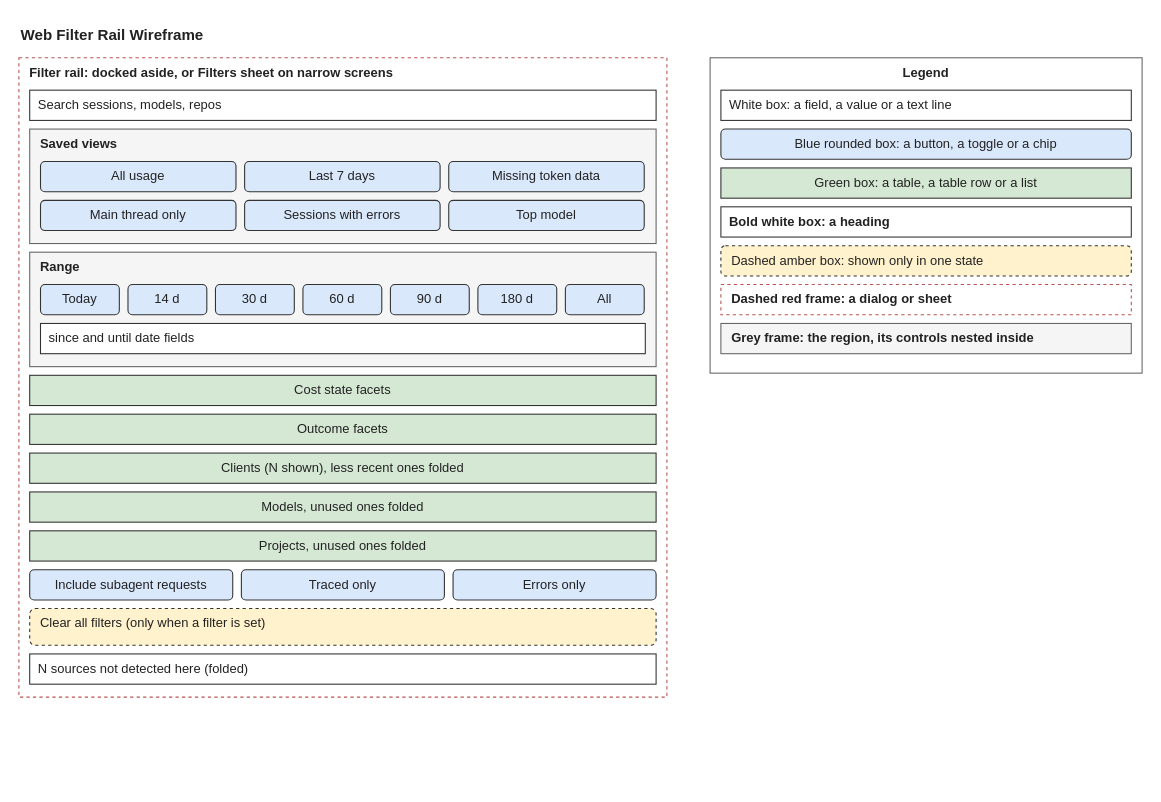
Before: docs/brain/architecture/drawio/drawio-web-filter-rail.drawio in GeorgiNaydenov/LocalTokenomics, a draw.io diagram. Source tidied: cells renumbered, new cells numbered last; positions are measured from the earlier drawing's top-left corner, leaving out a move shared by most shapes. Both pictures are drawn from the tidied source at 108%, with x=0, y=0 at pixel (18, 18).
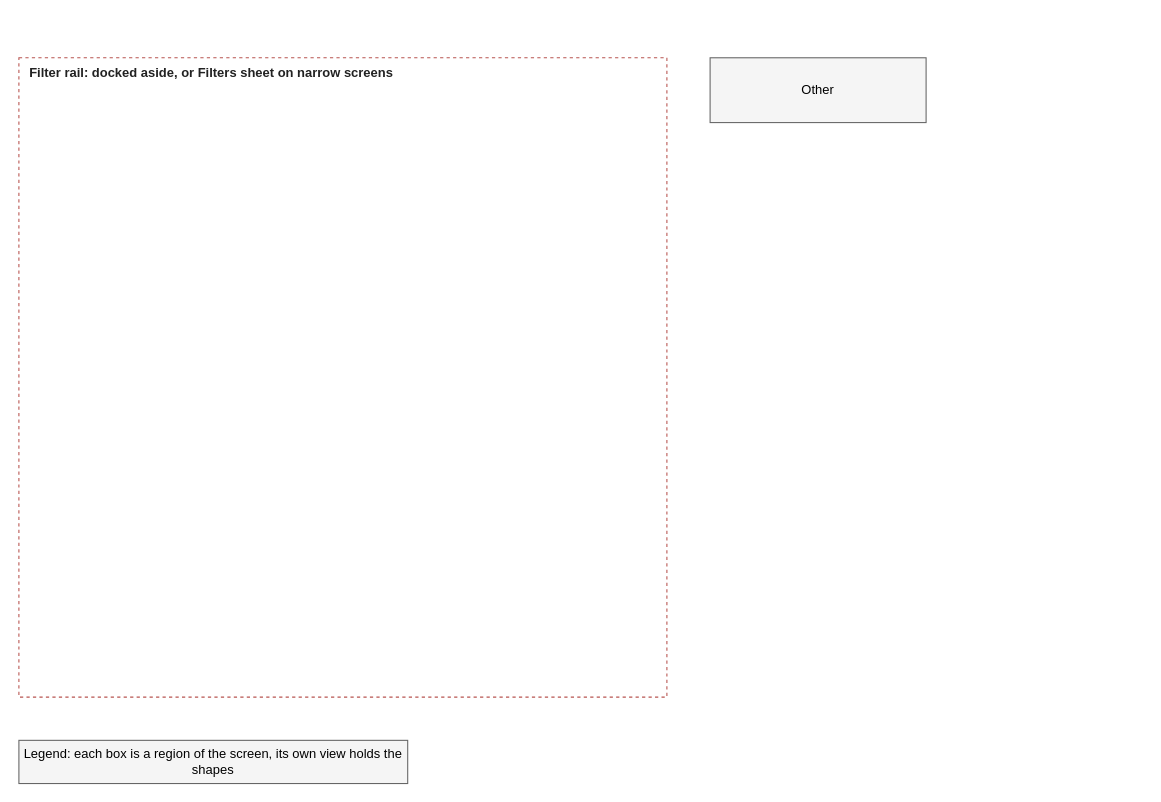
After the change.

The change refers to these unchanged cells:
```xml
<mxCell id="3" value="Filter rail: docked aside, or Filters sheet on narrow screens" style="rounded=0;whiteSpace=wrap;html=0;fillColor=#ffffff;strokeColor=#b85450;dashed=1;verticalAlign=top;align=left;spacingLeft=8;fontStyle=1;fontColor=#222222;" parent="1" vertex="1">
  <mxGeometry y="36" width="600" height="592" as="geometry" />
</mxCell>
```

Change to the diagram source:
```diff
@@
-    <mxCell id="2" value="Web Filter Rail Wireframe" style="text;html=0;fontStyle=1;fontSize=14;align=left;fontColor=#222222;" parent="1" vertex="1">
-      <mxGeometry width="600" height="24" as="geometry" />
-    </mxCell>
@@
-    <mxCell id="4" value="Search sessions, models, repos" style="rounded=0;whiteSpace=wrap;html=0;fillColor=#ffffff;strokeColor=#333333;align=left;spacingLeft=6;fontColor=#222222;" parent="3" vertex="1">
-      <mxGeometry x="10" y="30" width="580" height="28" as="geometry" />
-    </mxCell>
-    <mxCell id="5" value="Saved views" style="rounded=0;whiteSpace=wrap;html=0;fillColor=#f5f5f5;strokeColor=#666666;verticalAlign=top;align=left;spacingLeft=8;fontStyle=1;fontColor=#222222;" parent="3" vertex="1">
-      <mxGeometry x="10" y="66" width="580" height="106" as="geometry" />
-    </mxCell>
-    <mxCell id="6" value="All usage" style="rounded=1;whiteSpace=wrap;html=0;fillColor=#dae8fc;strokeColor=#333333;fontColor=#222222;" parent="5" vertex="1">
-      <mxGeometry x="10" y="30" width="181" height="28" as="geometry" />
-    </mxCell>
-    <mxCell id="7" value="Last 7 days" style="rounded=1;whiteSpace=wrap;html=0;fillColor=#dae8fc;strokeColor=#333333;fontColor=#222222;" parent="5" vertex="1">
-      <mxGeometry x="199" y="30" width="181" height="28" as="geometry" />
-    </mxCell>
-    <mxCell id="8" value="Missing token data" style="rounded=1;whiteSpace=wrap;html=0;fillColor=#dae8fc;strokeColor=#333333;fontColor=#222222;" parent="5" vertex="1">
-      <mxGeometry x="388" y="30" width="181" height="28" as="geometry" />
-    </mxCell>
-    <mxCell id="9" value="Main thread only" style="rounded=1;whiteSpace=wrap;html=0;fillColor=#dae8fc;strokeColor=#333333;fontColor=#222222;" parent="5" vertex="1">
-      <mxGeometry x="10" y="66" width="181" height="28" as="geometry" />
-    </mxCell>
-    <mxCell id="10" value="Sessions with errors" style="rounded=1;whiteSpace=wrap;html=0;fillColor=#dae8fc;strokeColor=#333333;fontColor=#222222;" parent="5" vertex="1">
-      <mxGeometry x="199" y="66" width="181" height="28" as="geometry" />
-    </mxCell>
-    <mxCell id="11" value="Top model" style="rounded=1;whiteSpace=wrap;html=0;fillColor=#dae8fc;strokeColor=#333333;fontColor=#222222;" parent="5" vertex="1">
-      <mxGeometry x="388" y="66" width="181" height="28" as="geometry" />
-    </mxCell>
-    <mxCell id="12" value="Range" style="rounded=0;whiteSpace=wrap;html=0;fillColor=#f5f5f5;strokeColor=#666666;verticalAlign=top;align=left;spacingLeft=8;fontStyle=1;fontColor=#222222;" parent="3" vertex="1">
-      <mxGeometry x="10" y="180" width="580" height="106" as="geometry" />
-    </mxCell>
-    <mxCell id="13" value="Today" style="rounded=1;whiteSpace=wrap;html=0;fillColor=#dae8fc;strokeColor=#333333;fontColor=#222222;" parent="12" vertex="1">
-      <mxGeometry x="10" y="30" width="73" height="28" as="geometry" />
-    </mxCell>
-    <mxCell id="14" value="14 d" style="rounded=1;whiteSpace=wrap;html=0;fillColor=#dae8fc;strokeColor=#333333;fontColor=#222222;" parent="12" vertex="1">
-      <mxGeometry x="91" y="30" width="73" height="28" as="geometry" />
-    </mxCell>
-    <mxCell id="15" value="30 d" style="rounded=1;whiteSpace=wrap;html=0;fillColor=#dae8fc;strokeColor=#333333;fontColor=#222222;" parent="12" vertex="1">
-      <mxGeometry x="172" y="30" width="73" height="28" as="geometry" />
-    </mxCell>
-    <mxCell id="16" value="60 d" style="rounded=1;whiteSpace=wrap;html=0;fillColor=#dae8fc;strokeColor=#333333;fontColor=#222222;" parent="12" vertex="1">
-      <mxGeometry x="253" y="30" width="73" height="28" as="geometry" />
-    </mxCell>
-    <mxCell id="17" value="90 d" style="rounded=1;whiteSpace=wrap;html=0;fillColor=#dae8fc;strokeColor=#333333;fontColor=#222222;" parent="12" vertex="1">
-      <mxGeometry x="334" y="30" width="73" height="28" as="geometry" />
-    </mxCell>
-    <mxCell id="18" value="180 d" style="rounded=1;whiteSpace=wrap;html=0;fillColor=#dae8fc;strokeColor=#333333;fontColor=#222222;" parent="12" vertex="1">
-      <mxGeometry x="415" y="30" width="73" height="28" as="geometry" />
-    </mxCell>
-    <mxCell id="19" value="All" style="rounded=1;whiteSpace=wrap;html=0;fillColor=#dae8fc;strokeColor=#333333;fontColor=#222222;" parent="12" vertex="1">
-      <mxGeometry x="496" y="30" width="73" height="28" as="geometry" />
-    </mxCell>
-    <mxCell id="20" value="since and until date fields" style="rounded=0;whiteSpace=wrap;html=0;fillColor=#ffffff;strokeColor=#333333;align=left;spacingLeft=6;fontColor=#222222;" parent="12" vertex="1">
-      <mxGeometry x="10" y="66" width="560" height="28" as="geometry" />
-    </mxCell>
-    <mxCell id="21" value="Cost state facets" style="rounded=0;whiteSpace=wrap;html=0;fillColor=#d5e8d4;strokeColor=#333333;fontColor=#222222;" parent="3" vertex="1">
-      <mxGeometry x="10" y="294" width="580" height="28" as="geometry" />
-    </mxCell>
-    <mxCell id="22" value="Outcome facets" style="rounded=0;whiteSpace=wrap;html=0;fillColor=#d5e8d4;strokeColor=#333333;fontColor=#222222;" parent="3" vertex="1">
-      <mxGeometry x="10" y="330" width="580" height="28" as="geometry" />
-    </mxCell>
-    <mxCell id="23" value="Clients (N shown), less recent ones folded" style="rounded=0;whiteSpace=wrap;html=0;fillColor=#d5e8d4;strokeColor=#333333;fontColor=#222222;" parent="3" vertex="1">
-      <mxGeometry x="10" y="366" width="580" height="28" as="geometry" />
-    </mxCell>
-    <mxCell id="24" value="Models, unused ones folded" style="rounded=0;whiteSpace=wrap;html=0;fillColor=#d5e8d4;strokeColor=#333333;fontColor=#222222;" parent="3" vertex="1">
-      <mxGeometry x="10" y="402" width="580" height="28" as="geometry" />
-    </mxCell>
-    <mxCell id="25" value="Projects, unused ones folded" style="rounded=0;whiteSpace=wrap;html=0;fillColor=#d5e8d4;strokeColor=#333333;fontColor=#222222;" parent="3" vertex="1">
-      <mxGeometry x="10" y="438" width="580" height="28" as="geometry" />
-    </mxCell>
-    <mxCell id="26" value="Include subagent requests" style="rounded=1;whiteSpace=wrap;html=0;fillColor=#dae8fc;strokeColor=#333333;fontColor=#222222;" parent="3" vertex="1">
-      <mxGeometry x="10" y="474" width="188" height="28" as="geometry" />
-    </mxCell>
-    <mxCell id="27" value="Traced only" style="rounded=1;whiteSpace=wrap;html=0;fillColor=#dae8fc;strokeColor=#333333;fontColor=#222222;" parent="3" vertex="1">
-      <mxGeometry x="206" y="474" width="188" height="28" as="geometry" />
-    </mxCell>
-    <mxCell id="28" value="Errors only" style="rounded=1;whiteSpace=wrap;html=0;fillColor=#dae8fc;strokeColor=#333333;fontColor=#222222;" parent="3" vertex="1">
-      <mxGeometry x="402" y="474" width="188" height="28" as="geometry" />
-    </mxCell>
-    <mxCell id="29" value="Clear all filters (only when a filter is set)" style="rounded=1;whiteSpace=wrap;html=0;fillColor=#fff2cc;strokeColor=#333333;dashed=1;verticalAlign=top;align=left;spacingLeft=8;fontColor=#222222;" parent="3" vertex="1">
-      <mxGeometry x="10" y="510" width="580" height="34" as="geometry" />
-    </mxCell>
-    <mxCell id="30" value="N sources not detected here (folded)" style="rounded=0;whiteSpace=wrap;html=0;fillColor=#ffffff;strokeColor=#333333;align=left;spacingLeft=6;fontColor=#222222;" parent="3" vertex="1">
-      <mxGeometry x="10" y="552" width="580" height="28" as="geometry" />
-    </mxCell>
-    <mxCell id="31" value="Legend" style="rounded=0;whiteSpace=wrap;html=0;fillColor=#ffffff;strokeColor=#666666;verticalAlign=top;fontStyle=1;fontColor=#222222;" parent="1" vertex="1">
-      <mxGeometry x="640" y="36" width="400" height="292" as="geometry" />
-    </mxCell>
-    <mxCell id="32" value="White box: a field, a value or a text line" style="rounded=0;whiteSpace=wrap;html=0;fillColor=#ffffff;strokeColor=#333333;align=left;spacingLeft=6;fontColor=#222222;" parent="31" vertex="1">
-      <mxGeometry x="10" y="30" width="380" height="28" as="geometry" />
-    </mxCell>
-    <mxCell id="33" value="Blue rounded box: a button, a toggle or a chip" style="rounded=1;whiteSpace=wrap;html=0;fillColor=#dae8fc;strokeColor=#333333;fontColor=#222222;" parent="31" vertex="1">
-      <mxGeometry x="10" y="66" width="380" height="28" as="geometry" />
-    </mxCell>
-    <mxCell id="34" value="Green box: a table, a table row or a list" style="rounded=0;whiteSpace=wrap;html=0;fillColor=#d5e8d4;strokeColor=#333333;fontColor=#222222;" parent="31" vertex="1">
-      <mxGeometry x="10" y="102" width="380" height="28" as="geometry" />
-    </mxCell>
-    <mxCell id="35" value="Bold white box: a heading" style="rounded=0;whiteSpace=wrap;html=0;fillColor=#ffffff;strokeColor=#333333;fontStyle=1;align=left;spacingLeft=6;fontColor=#222222;" parent="31" vertex="1">
-      <mxGeometry x="10" y="138" width="380" height="28" as="geometry" />
-    </mxCell>
-    <mxCell id="36" value="Dashed amber box: shown only in one state" style="rounded=1;whiteSpace=wrap;html=0;fillColor=#fff2cc;strokeColor=#333333;dashed=1;align=left;spacingLeft=8;fontColor=#222222;" parent="31" vertex="1">
-      <mxGeometry x="10" y="174" width="380" height="28" as="geometry" />
-    </mxCell>
-    <mxCell id="37" value="Dashed red frame: a dialog or sheet" style="rounded=0;whiteSpace=wrap;html=0;fillColor=#ffffff;strokeColor=#b85450;dashed=1;align=left;spacingLeft=8;fontStyle=1;fontColor=#222222;" parent="31" vertex="1">
-      <mxGeometry x="10" y="210" width="380" height="28" as="geometry" />
-    </mxCell>
-    <mxCell id="38" value="Grey frame: the region, its controls nested inside" style="rounded=0;whiteSpace=wrap;html=0;fillColor=#f5f5f5;strokeColor=#666666;align=left;spacingLeft=8;fontStyle=1;fontColor=#222222;" parent="31" vertex="1">
-      <mxGeometry x="10" y="246" width="380" height="28" as="geometry" />
-    </mxCell>
+    <mxCell id="39" value="Other" style="rounded=0;whiteSpace=wrap;html=1;fillColor=#F5F5F5;strokeColor=#666666;fontColor=#000000;" parent="1" vertex="1">
+      <mxGeometry x="640" y="36" width="200" height="60" as="geometry" />
+    </mxCell>
+    <mxCell id="40" value="Legend: each box is a region of the screen, its own view holds the shapes" style="rounded=0;whiteSpace=wrap;html=1;fillColor=#F5F5F5;strokeColor=#666666;fontColor=#000000;" parent="1" vertex="1">
+      <mxGeometry y="668" width="360" height="40" as="geometry" />
+    </mxCell>
```
